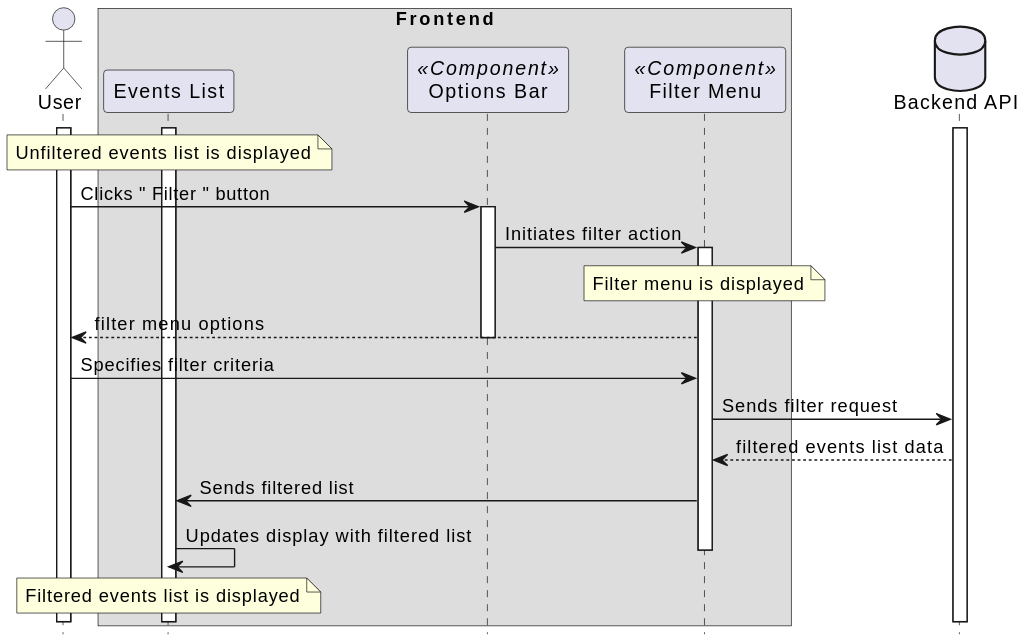
Before: docs/sequencediagrams/svg/filter_events.svg, a diagram exported from PlantUML (Modern-MISP/frontend).
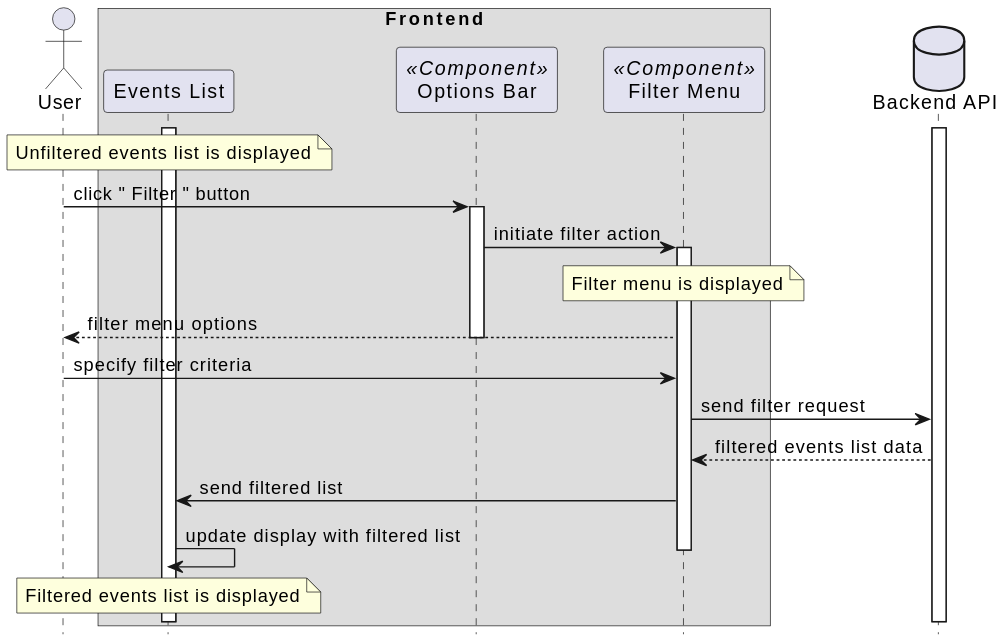
After the commit.

Commit message:
formated 'filter events' seq. diagr.

The edit, as a diff of the source:
```diff
@@ -9,31 +9,30 @@
 end box
 database "Backend API" as api
 
-activate user
 activate api
 
 activate eventlist
 note over eventlist : Unfiltered events list is displayed
 
-user -> topmenu: Clicks " Filter " button
+user -> topmenu: click " Filter " button
 activate topmenu
 
-topmenu -> filter: Initiates filter action
+topmenu -> filter: initiate filter action
 activate filter
 note over filter: Filter menu is displayed
 
 filter --> user: filter menu options
 deactivate topmenu
 
-user -> filter: Specifies filter criteria
+user -> filter: specify filter criteria
 
-filter -> api: Sends filter request
+filter -> api: send filter request
 
 api --> filter: filtered events list data
 
-filter -> eventlist: Sends filtered list
+filter -> eventlist: send filtered list
 
-eventlist-> eventlist: Updates display with filtered list
+eventlist-> eventlist: update display with filtered list
 deactivate filter
 
 note over eventlist : Filtered events list is displayed
```
